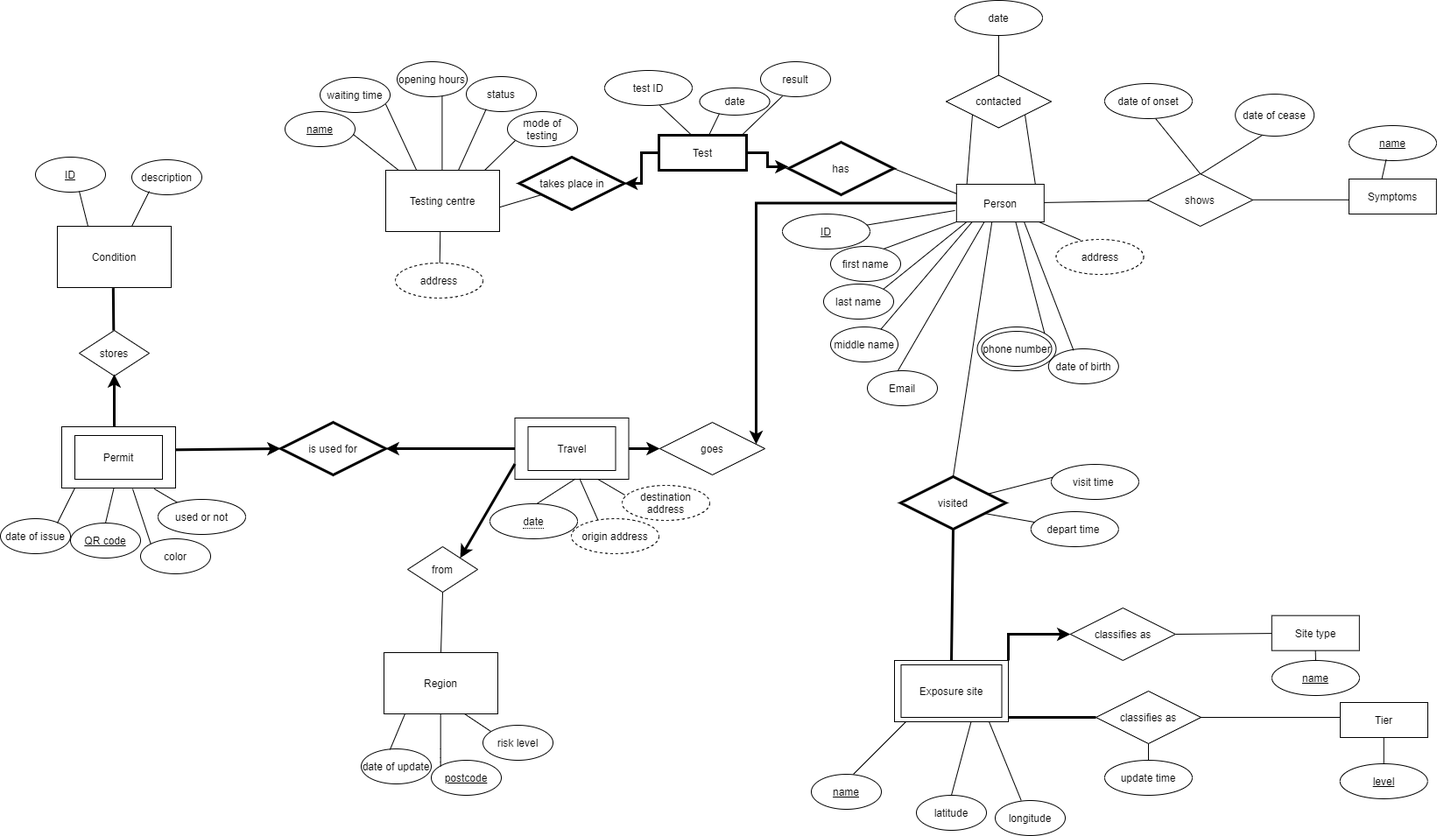
Above: Untitled Diagram.png in pingtingw/info20003 (draw.io), before the change. Source tidied: cells renumbered, new cells last; positions are measured from the earlier drawing's top-left corner, leaving out a move shared by most shapes.
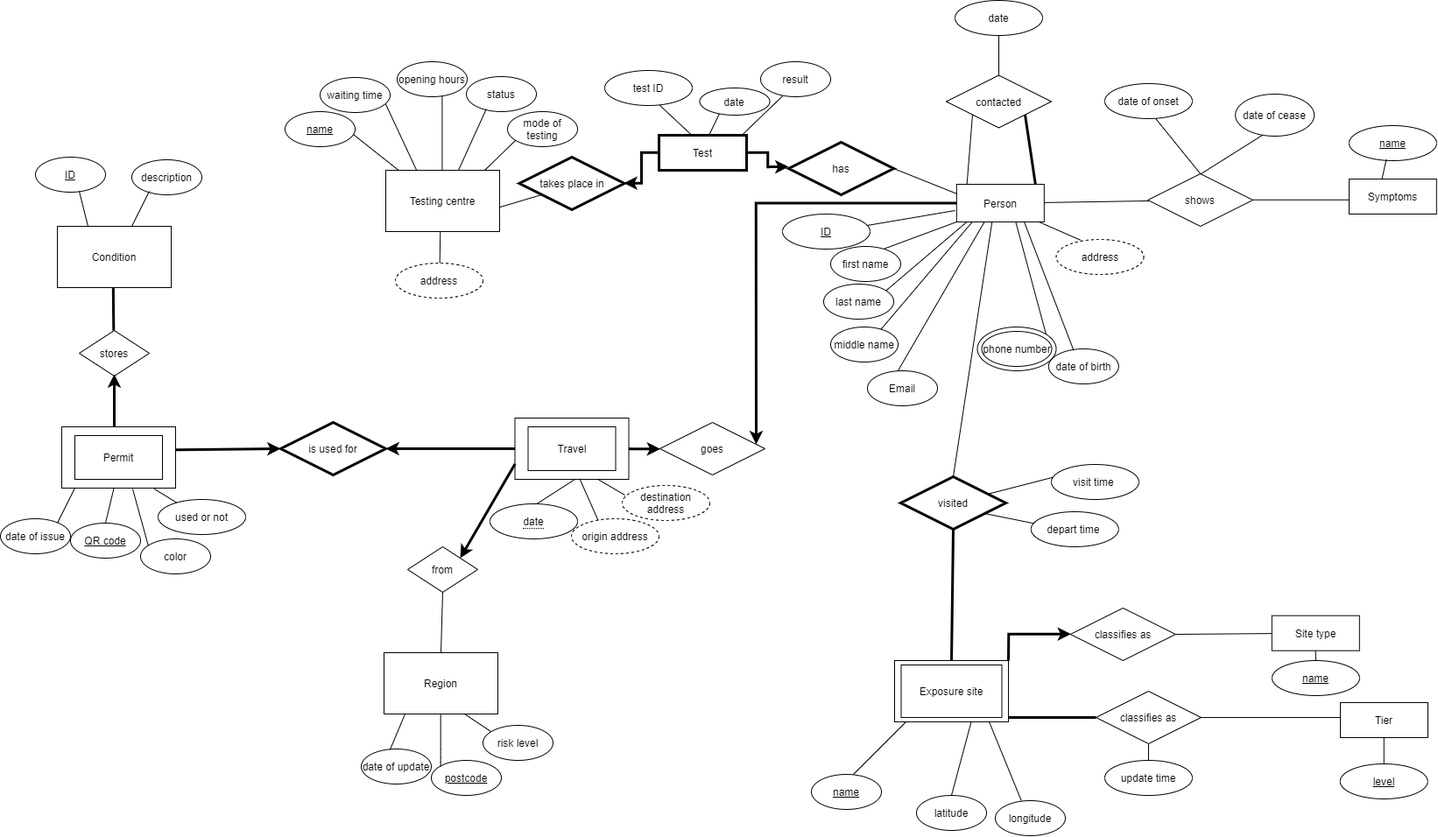
The same file after the commit.

Diff of the diagram source:
```diff
@@ -260,7 +260,7 @@
     <mxCell id="64" style="endArrow=none;html=1;rounded=0;entryX=0;entryY=1;entryDx=0;entryDy=0;exitX=0.118;exitY=-0.005;exitDx=0;exitDy=0;exitPerimeter=0;" parent="1" edge="1" source="62" target="63">
       <mxGeometry relative="1" as="geometry" />
     </mxCell>
-    <mxCell id="65" style="endArrow=none;html=1;rounded=0;exitX=1;exitY=1;exitDx=0;exitDy=0;entryX=0.9;entryY=0;entryDx=0;entryDy=0;entryPerimeter=0;" parent="1" edge="1" source="63" target="62">
+    <mxCell id="65" style="endArrow=none;html=1;rounded=0;exitX=1;exitY=1;exitDx=0;exitDy=0;entryX=0.9;entryY=0;entryDx=0;entryDy=0;entryPerimeter=0;strokeWidth=3;" parent="1" edge="1" source="63" target="62">
       <mxGeometry relative="1" as="geometry" />
     </mxCell>
     <mxCell id="66" value="first name" style="ellipse;whiteSpace=wrap;html=1;fillColor=none;gradientColor=none;" parent="1" vertex="1">
```
